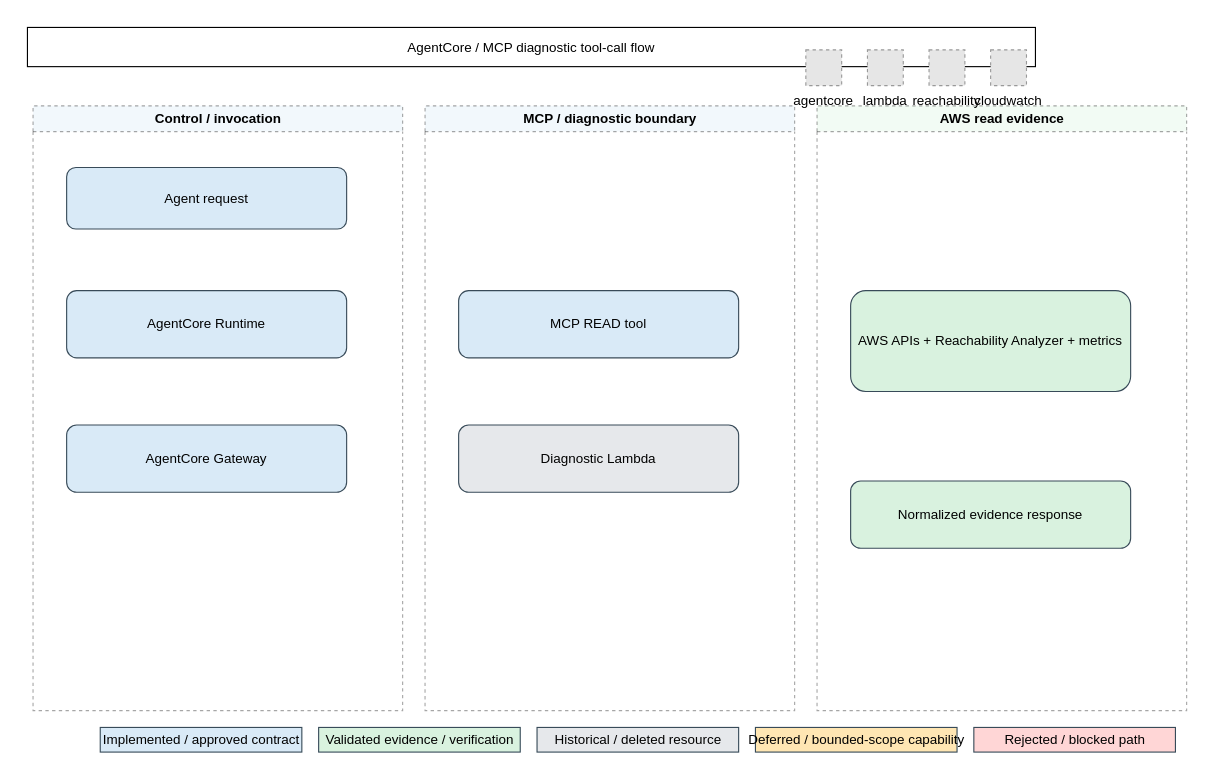
The draw.io diagram docs/diagrams/03-agentcore-mcp-tool-flow.drawio in omr19/agentic-aws-network-ops, before the edit. Source tidied: cells renumbered, new cells numbered last; positions are measured from the earlier drawing's top-left corner, leaving out a move shared by most shapes. Both pictures are drawn from the tidied source at 112%, with x=0, y=0 at pixel (27, 27). Pictures stored in the file or linked from it are replaced by grey dashed boxes.
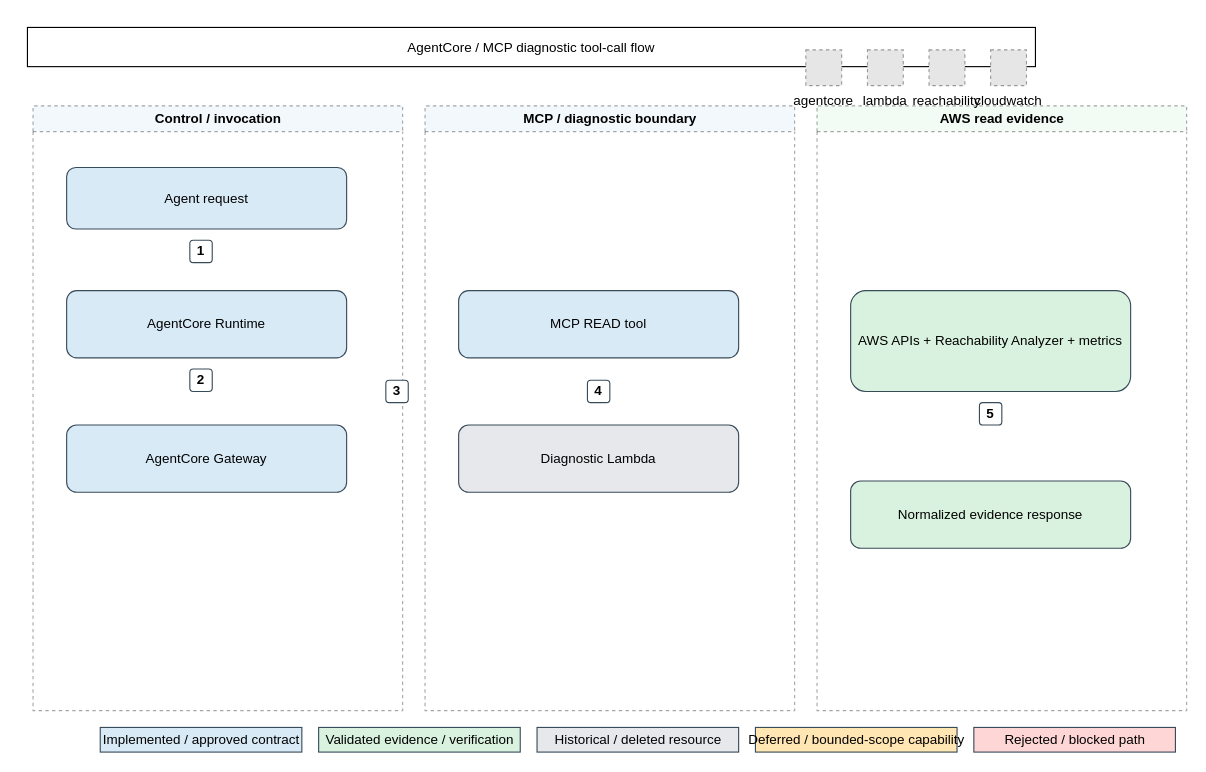
The same page after the edit.

Commit message (it also covers changes not shown here):
Label diagram connectors with numbered flow steps

What changed in the source:
```diff
@@
+    <mxCell id="29" value="1" style="rounded=1;whiteSpace=wrap;html=1;fillColor=#ffffff;strokeColor=#384b59;fontStyle=1;align=center;verticalAlign=middle;" parent="1" vertex="1">
+      <mxGeometry x="145" y="190" width="20" height="20" as="geometry" />
+    </mxCell>
+    <mxCell id="30" value="2" style="rounded=1;whiteSpace=wrap;html=1;fillColor=#ffffff;strokeColor=#384b59;fontStyle=1;align=center;verticalAlign=middle;" parent="1" vertex="1">
+      <mxGeometry x="145" y="305" width="20" height="20" as="geometry" />
+    </mxCell>
+    <mxCell id="31" value="3" style="rounded=1;whiteSpace=wrap;html=1;fillColor=#ffffff;strokeColor=#384b59;fontStyle=1;align=center;verticalAlign=middle;" parent="1" vertex="1">
+      <mxGeometry x="320" y="315" width="20" height="20" as="geometry" />
+    </mxCell>
+    <mxCell id="32" value="4" style="rounded=1;whiteSpace=wrap;html=1;fillColor=#ffffff;strokeColor=#384b59;fontStyle=1;align=center;verticalAlign=middle;" parent="1" vertex="1">
+      <mxGeometry x="500" y="315" width="20" height="20" as="geometry" />
+    </mxCell>
+    <mxCell id="33" value="5" style="rounded=1;whiteSpace=wrap;html=1;fillColor=#ffffff;strokeColor=#384b59;fontStyle=1;align=center;verticalAlign=middle;" parent="1" vertex="1">
+      <mxGeometry x="850" y="335" width="20" height="20" as="geometry" />
+    </mxCell>
```
